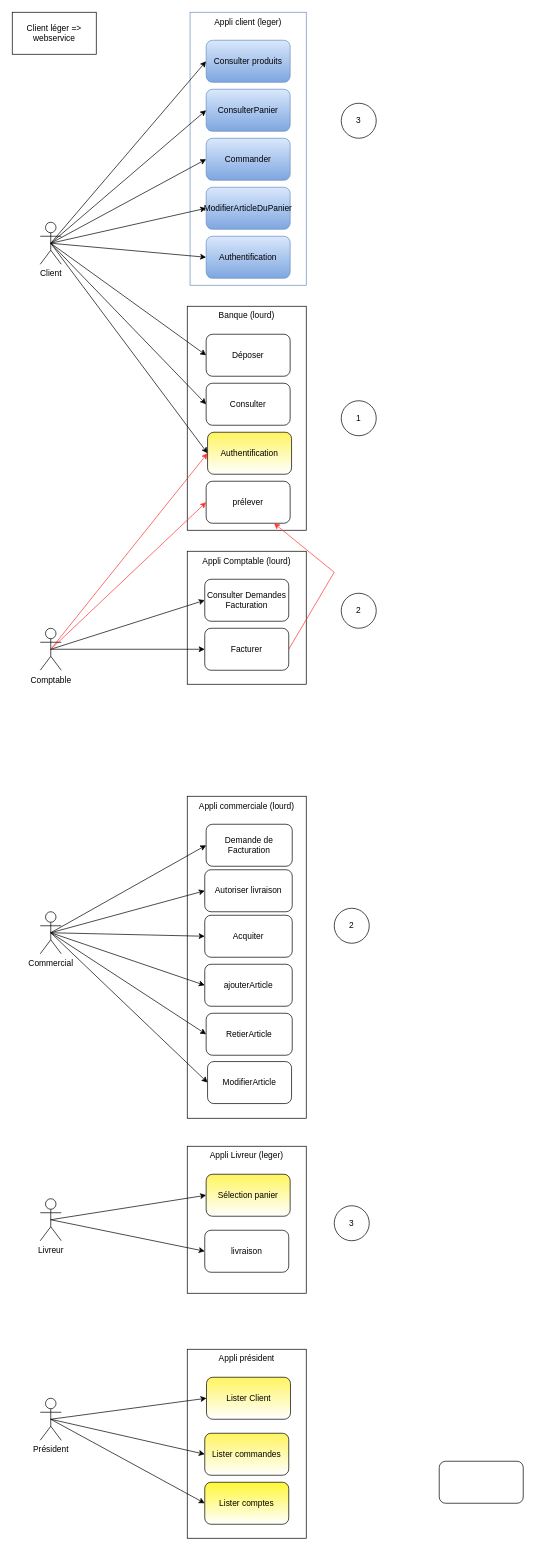
Above: page "Use Case" (2 of 4) of jEE.drawio in BaptisteJrr/ProjetJEE (draw.io), before the change. Source tidied: cells renumbered, new cells numbered last; positions are measured from the earlier drawing's top-left corner, leaving out a move shared by most shapes. Both pictures are drawn from the tidied source at 70%, with x=0, y=0 at pixel (12, 12).
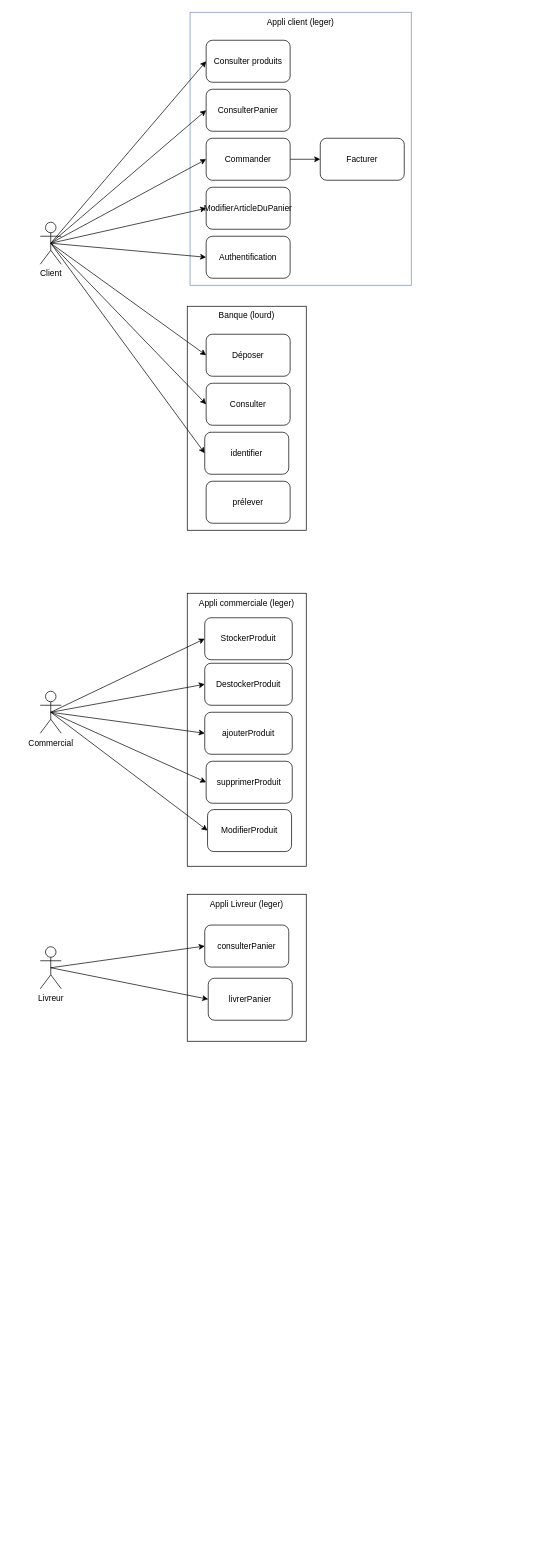
Above is the later version.

Unchanged cells that the change refers to:
```xml
<mxCell id="16" value="Client" style="shape=umlActor;verticalLabelPosition=bottom;verticalAlign=top;html=1;outlineConnect=0;" parent="1" vertex="1">
  <mxGeometry x="40" y="300" width="30" height="60" as="geometry" />
</mxCell>
<mxCell id="34" value="prélever" style="rounded=1;whiteSpace=wrap;html=1;shadow=0;fillColor=default;gradientColor=#ffffff;" parent="1" vertex="1">
  <mxGeometry x="277" y="670" width="120" height="60" as="geometry" />
</mxCell>
```

The edit, as a diff of the source:
```diff
@@
-    <mxCell id="2" value="Appli président" style="rounded=0;whiteSpace=wrap;html=1;shadow=0;gradientColor=#ffffff;verticalAlign=top;fillColor=none;" parent="1" vertex="1">
-      <mxGeometry x="250" y="1910" width="170" height="270" as="geometry" />
-    </mxCell>
-    <mxCell id="3" value="Appli Comptable (lourd)" style="rounded=0;whiteSpace=wrap;html=1;shadow=0;gradientColor=#ffffff;verticalAlign=top;fillColor=none;" parent="1" vertex="1">
-      <mxGeometry x="250" y="770" width="170" height="190" as="geometry" />
-    </mxCell>
-    <mxCell id="4" value="Appli commerciale (lourd)" style="rounded=0;whiteSpace=wrap;html=1;shadow=0;gradientColor=#ffffff;horizontal=1;verticalAlign=top;fillColor=none;" parent="1" vertex="1">
-      <mxGeometry x="250" y="1120" width="170" height="460" as="geometry" />
+    <mxCell id="4" value="Appli commerciale (leger)" style="rounded=0;whiteSpace=wrap;html=1;shadow=0;gradientColor=#ffffff;horizontal=1;verticalAlign=top;fillColor=none;" parent="1" vertex="1">
+      <mxGeometry x="250" y="830" width="170" height="390" as="geometry" />
     </mxCell>
     <mxCell id="5" value="Appli Livreur (leger)" style="rounded=0;whiteSpace=wrap;html=1;shadow=0;gradientColor=#ffffff;verticalAlign=top;fillColor=none;" parent="1" vertex="1">
-      <mxGeometry x="250" y="1620" width="170" height="210" as="geometry" />
+      <mxGeometry x="250" y="1260" width="170" height="210" as="geometry" />
     </mxCell>
@@
     <mxCell id="7" value="Appli client (leger)" style="rounded=0;whiteSpace=wrap;html=1;horizontal=1;verticalAlign=top;shadow=0;gradientColor=#7ea6e0;strokeColor=#6c8ebf;fillColor=none;" parent="1" vertex="1">
-      <mxGeometry x="254" width="166" height="390" as="geometry" />
+      <mxGeometry x="254" width="316" height="390" as="geometry" />
     </mxCell>
@@
-    <mxCell id="15" style="edgeStyle=none;rounded=0;jettySize=auto;html=1;exitX=0.5;exitY=0.5;exitDx=0;exitDy=0;exitPerimeter=0;entryX=0;entryY=0.5;entryDx=0;entryDy=0;strokeColor=#000000;" parent="1" edge="1" source="16" target="57">
+    <mxCell id="15" style="edgeStyle=none;rounded=0;jettySize=auto;html=1;exitX=0.5;exitY=0.5;exitDx=0;exitDy=0;exitPerimeter=0;entryX=0;entryY=0.5;entryDx=0;entryDy=0;strokeColor=#000000;" parent="1" edge="1" source="16" target="68">
       <mxGeometry relative="1" as="geometry" />
     </mxCell>
@@
-    <mxCell id="17" style="edgeStyle=none;rounded=0;jettySize=auto;html=1;exitX=0.5;exitY=0.5;exitDx=0;exitDy=0;exitPerimeter=0;entryX=0;entryY=0.5;entryDx=0;entryDy=0;" parent="1" edge="1" source="19" target="35">
+    <mxCell id="17" style="edgeStyle=none;rounded=0;jettySize=auto;html=1;exitX=0.5;exitY=0.5;exitDx=0;exitDy=0;exitPerimeter=0;entryX=0;entryY=0.5;entryDx=0;entryDy=0;" parent="1" edge="1" source="19" target="67">
       <mxGeometry relative="1" as="geometry" />
     </mxCell>
@@
     <mxCell id="19" value="Livreur&lt;br&gt;" style="shape=umlActor;verticalLabelPosition=bottom;verticalAlign=top;html=1;outlineConnect=0;" parent="1" vertex="1">
-      <mxGeometry x="40" y="1695" width="30" height="60" as="geometry" />
+      <mxGeometry x="40" y="1335" width="30" height="60" as="geometry" />
     </mxCell>
-    <mxCell id="20" style="edgeStyle=none;rounded=0;jettySize=auto;html=1;exitX=0.5;exitY=0.5;exitDx=0;exitDy=0;exitPerimeter=0;entryX=0;entryY=0.5;entryDx=0;entryDy=0;" parent="1" edge="1" source="26" target="37">
-      <mxGeometry relative="1" as="geometry" />
-    </mxCell>
@@
     <mxCell id="26" value="Commercial" style="shape=umlActor;verticalLabelPosition=bottom;verticalAlign=top;html=1;outlineConnect=0;" parent="1" vertex="1">
-      <mxGeometry x="40" y="1285" width="30" height="60" as="geometry" />
+      <mxGeometry x="40" y="970" width="30" height="60" as="geometry" />
     </mxCell>
-    <mxCell id="27" value="Consulter produits" style="rounded=1;whiteSpace=wrap;html=1;fillColor=#dae8fc;gradientColor=#7ea6e0;strokeColor=#6c8ebf;" parent="1" vertex="1">
+    <mxCell id="27" value="Consulter produits" style="rounded=1;whiteSpace=wrap;html=1;fillColor=default;gradientColor=none;strokeColor=default;" parent="1" vertex="1">
       <mxGeometry x="277" y="40" width="120" height="60" as="geometry" />
     </mxCell>
-    <mxCell id="28" value="ConsulterPanier" style="rounded=1;whiteSpace=wrap;html=1;fillColor=#dae8fc;gradientColor=#7ea6e0;strokeColor=#6c8ebf;" parent="1" vertex="1">
+    <mxCell id="28" value="ConsulterPanier" style="rounded=1;whiteSpace=wrap;html=1;fillColor=default;gradientColor=none;strokeColor=default;" parent="1" vertex="1">
       <mxGeometry x="277" y="110" width="120" height="60" as="geometry" />
     </mxCell>
+    <mxCell id="66" style="edgeStyle=orthogonalEdgeStyle;rounded=0;jettySize=auto;html=1;exitX=1;exitY=0.5;exitDx=0;exitDy=0;entryX=0;entryY=0.5;entryDx=0;entryDy=0;" parent="1" edge="1" source="29" target="50">
+      <mxGeometry relative="1" as="geometry" />
+    </mxCell>
-    <mxCell id="29" value="Commander" style="rounded=1;whiteSpace=wrap;html=1;shadow=0;fillColor=#dae8fc;gradientColor=#7ea6e0;strokeColor=#6c8ebf;" parent="1" vertex="1">
+    <mxCell id="29" value="Commander" style="rounded=1;whiteSpace=wrap;html=1;shadow=0;fillColor=default;gradientColor=none;strokeColor=default;" parent="1" vertex="1">
       <mxGeometry x="277" y="180" width="120" height="60" as="geometry" />
     </mxCell>
-    <mxCell id="30" value="ModifierArticleDuPanier" style="rounded=1;whiteSpace=wrap;html=1;shadow=0;fillColor=#dae8fc;gradientColor=#7ea6e0;strokeColor=#6c8ebf;" parent="1" vertex="1">
+    <mxCell id="30" value="ModifierArticleDuPanier" style="rounded=1;whiteSpace=wrap;html=1;shadow=0;fillColor=default;gradientColor=none;strokeColor=default;" parent="1" vertex="1">
       <mxGeometry x="277" y="250" width="120" height="60" as="geometry" />
     </mxCell>
-    <mxCell id="31" value="Authentification" style="rounded=1;whiteSpace=wrap;html=1;shadow=0;fillColor=#dae8fc;strokeColor=#6c8ebf;gradientColor=#7ea6e0;" parent="1" vertex="1">
+    <mxCell id="31" value="Authentification" style="rounded=1;whiteSpace=wrap;html=1;shadow=0;fillColor=default;strokeColor=default;gradientColor=none;" parent="1" vertex="1">
       <mxGeometry x="277" y="320" width="120" height="60" as="geometry" />
     </mxCell>
@@
-    <mxCell id="35" value="Sélection panier" style="rounded=1;whiteSpace=wrap;html=1;shadow=0;fillColor=#FFF45E;gradientColor=#ffffff;" parent="1" vertex="1">
-      <mxGeometry x="277" y="1660" width="120" height="60" as="geometry" />
-    </mxCell>
-    <mxCell id="36" value="livraison" style="rounded=1;whiteSpace=wrap;html=1;shadow=0;fillColor=default;gradientColor=#ffffff;" parent="1" vertex="1">
-      <mxGeometry x="275" y="1740" width="120" height="60" as="geometry" />
+    <mxCell id="36" value="livrerPanier" style="rounded=1;whiteSpace=wrap;html=1;shadow=0;fillColor=default;gradientColor=#ffffff;" parent="1" vertex="1">
+      <mxGeometry x="280" y="1380" width="120" height="60" as="geometry" />
     </mxCell>
-    <mxCell id="37" value="Demande de Facturation" style="rounded=1;whiteSpace=wrap;html=1;shadow=0;fillColor=default;gradientColor=#ffffff;" parent="1" vertex="1">
-      <mxGeometry x="277" y="1160" width="123" height="60" as="geometry" />
-    </mxCell>
-    <mxCell id="38" value="Autoriser livraison" style="rounded=1;whiteSpace=wrap;html=1;shadow=0;fillColor=default;gradientColor=#ffffff;" parent="1" vertex="1">
-      <mxGeometry x="275" y="1225" width="125" height="60" as="geometry" />
+    <mxCell id="38" value="StockerProduit" style="rounded=1;whiteSpace=wrap;html=1;shadow=0;fillColor=default;gradientColor=#ffffff;" parent="1" vertex="1">
+      <mxGeometry x="275" y="865" width="125" height="60" as="geometry" />
     </mxCell>
-    <mxCell id="39" value="Acquiter" style="rounded=1;whiteSpace=wrap;html=1;shadow=0;fillColor=default;gradientColor=#ffffff;" parent="1" vertex="1">
-      <mxGeometry x="275" y="1290" width="125" height="60" as="geometry" />
+    <mxCell id="39" value="DestockerProduit" style="rounded=1;whiteSpace=wrap;html=1;shadow=0;fillColor=default;gradientColor=#ffffff;" parent="1" vertex="1">
+      <mxGeometry x="275" y="930" width="125" height="60" as="geometry" />
     </mxCell>
-    <mxCell id="40" value="ajouterArticle" style="rounded=1;whiteSpace=wrap;html=1;shadow=0;fillColor=default;gradientColor=#ffffff;" parent="1" vertex="1">
-      <mxGeometry x="275" y="1360" width="125" height="60" as="geometry" />
+    <mxCell id="40" value="ajouterProduit" style="rounded=1;whiteSpace=wrap;html=1;shadow=0;fillColor=default;gradientColor=#ffffff;" parent="1" vertex="1">
+      <mxGeometry x="275" y="1000" width="125" height="60" as="geometry" />
     </mxCell>
-    <mxCell id="41" value="RetierArticle" style="rounded=1;whiteSpace=wrap;html=1;shadow=0;fillColor=default;gradientColor=#ffffff;" parent="1" vertex="1">
-      <mxGeometry x="277" y="1430" width="123" height="60" as="geometry" />
+    <mxCell id="41" value="supprimerProduit" style="rounded=1;whiteSpace=wrap;html=1;shadow=0;fillColor=default;gradientColor=#ffffff;" parent="1" vertex="1">
+      <mxGeometry x="277" y="1070" width="123" height="60" as="geometry" />
     </mxCell>
-    <mxCell id="42" value="ModifierArticle" style="rounded=1;whiteSpace=wrap;html=1;shadow=0;fillColor=default;gradientColor=#ffffff;" parent="1" vertex="1">
-      <mxGeometry x="279" y="1499" width="120" height="60" as="geometry" />
+    <mxCell id="42" value="ModifierProduit" style="rounded=1;whiteSpace=wrap;html=1;shadow=0;fillColor=default;gradientColor=#ffffff;" parent="1" vertex="1">
+      <mxGeometry x="279" y="1139" width="120" height="60" as="geometry" />
     </mxCell>
-    <mxCell id="43" style="edgeStyle=none;rounded=0;jettySize=auto;html=1;exitX=0.5;exitY=0.5;exitDx=0;exitDy=0;exitPerimeter=0;entryX=0;entryY=0.5;entryDx=0;entryDy=0;" parent="1" edge="1" source="47" target="50">
-      <mxGeometry relative="1" as="geometry" />
-    </mxCell>
-    <mxCell id="44" style="edgeStyle=none;rounded=0;jettySize=auto;html=1;exitX=0.5;exitY=0.5;exitDx=0;exitDy=0;exitPerimeter=0;entryX=0;entryY=0.5;entryDx=0;entryDy=0;" parent="1" edge="1" source="47" target="48">
-      <mxGeometry relative="1" as="geometry" />
-    </mxCell>
-    <mxCell id="45" style="edgeStyle=none;rounded=0;jettySize=auto;html=1;exitX=0.5;exitY=0.5;exitDx=0;exitDy=0;exitPerimeter=0;entryX=0;entryY=0.5;entryDx=0;entryDy=0;strokeColor=#FF3333;" parent="1" edge="1" source="47" target="34">
-      <mxGeometry relative="1" as="geometry" />
-    </mxCell>
-    <mxCell id="46" style="edgeStyle=none;rounded=0;jettySize=auto;html=1;exitX=0.5;exitY=0.5;exitDx=0;exitDy=0;exitPerimeter=0;entryX=0;entryY=0.5;entryDx=0;entryDy=0;strokeColor=#FF3333;" parent="1" edge="1" source="47" target="57">
-      <mxGeometry relative="1" as="geometry" />
-    </mxCell>
-    <mxCell id="47" value="Comptable" style="shape=umlActor;verticalLabelPosition=bottom;verticalAlign=top;html=1;outlineConnect=0;shadow=0;fillColor=default;gradientColor=#ffffff;" parent="1" vertex="1">
-      <mxGeometry x="40" y="880" width="30" height="60" as="geometry" />
-    </mxCell>
-    <mxCell id="48" value="Consulter Demandes Facturation&lt;br&gt;" style="rounded=1;whiteSpace=wrap;html=1;shadow=0;fillColor=default;gradientColor=#ffffff;" parent="1" vertex="1">
-      <mxGeometry x="275" y="810" width="120" height="60" as="geometry" />
-    </mxCell>
-    <mxCell id="49" style="edgeStyle=none;rounded=0;jettySize=auto;html=1;exitX=1;exitY=0.5;exitDx=0;exitDy=0;strokeColor=#FF3333;" parent="1" edge="1" source="50" target="34">
-      <mxGeometry relative="1" as="geometry">
-        <Array as="points">
-          <mxPoint x="460" y="800" />
-        </Array>
-      </mxGeometry>
-    </mxCell>
     <mxCell id="50" value="Facturer" style="rounded=1;whiteSpace=wrap;html=1;shadow=0;fillColor=default;gradientColor=#ffffff;" parent="1" vertex="1">
-      <mxGeometry x="275" y="880" width="120" height="60" as="geometry" />
+      <mxGeometry x="440" y="180" width="120" height="60" as="geometry" />
     </mxCell>
-    <mxCell id="51" style="edgeStyle=none;rounded=0;jettySize=auto;html=1;exitX=0.5;exitY=0.5;exitDx=0;exitDy=0;exitPerimeter=0;entryX=0;entryY=0.5;entryDx=0;entryDy=0;strokeColor=#000000;" parent="1" edge="1" source="54" target="55">
-      <mxGeometry relative="1" as="geometry" />
-    </mxCell>
-    <mxCell id="52" style="edgeStyle=none;rounded=0;jettySize=auto;html=1;exitX=0.5;exitY=0.5;exitDx=0;exitDy=0;exitPerimeter=0;entryX=0;entryY=0.5;entryDx=0;entryDy=0;strokeColor=#000000;" parent="1" edge="1" source="54" target="56">
-      <mxGeometry relative="1" as="geometry" />
-    </mxCell>
-    <mxCell id="53" style="edgeStyle=none;rounded=0;jettySize=auto;html=1;exitX=0.5;exitY=0.5;exitDx=0;exitDy=0;exitPerimeter=0;entryX=0;entryY=0.5;entryDx=0;entryDy=0;strokeColor=#000000;" parent="1" edge="1" source="54" target="58">
-      <mxGeometry relative="1" as="geometry" />
-    </mxCell>
-    <mxCell id="54" value="Président" style="shape=umlActor;verticalLabelPosition=bottom;verticalAlign=top;html=1;outlineConnect=0;shadow=0;fillColor=default;gradientColor=#ffffff;" parent="1" vertex="1">
-      <mxGeometry x="40" y="1980" width="30" height="60" as="geometry" />
-    </mxCell>
-    <mxCell id="55" value="Lister Client" style="rounded=1;whiteSpace=wrap;html=1;shadow=0;fillColor=#FFF45E;gradientColor=#ffffff;" parent="1" vertex="1">
-      <mxGeometry x="277.5" y="1950" width="120" height="60" as="geometry" />
-    </mxCell>
-    <mxCell id="56" value="Lister commandes" style="rounded=1;whiteSpace=wrap;html=1;shadow=0;fillColor=#FFF45E;gradientColor=#ffffff;" parent="1" vertex="1">
-      <mxGeometry x="275" y="2030" width="120" height="60" as="geometry" />
-    </mxCell>
-    <mxCell id="57" value="Authentification" style="rounded=1;whiteSpace=wrap;html=1;shadow=0;fillColor=#FFF45E;gradientColor=#ffffff;" parent="1" vertex="1">
-      <mxGeometry x="279" y="600" width="120" height="60" as="geometry" />
-    </mxCell>
-    <mxCell id="58" value="Lister comptes" style="rounded=1;whiteSpace=wrap;html=1;shadow=0;fillColor=#FFF836;gradientColor=#ffffff;" parent="1" vertex="1">
-      <mxGeometry x="275" y="2100" width="120" height="60" as="geometry" />
-    </mxCell>
-    <mxCell id="59" value="1" style="ellipse;whiteSpace=wrap;html=1;shadow=0;fillColor=default;gradientColor=#ffffff;" parent="1" vertex="1">
-      <mxGeometry x="470" y="555" width="50" height="50" as="geometry" />
-    </mxCell>
-    <mxCell id="60" value="2" style="ellipse;whiteSpace=wrap;html=1;shadow=0;fillColor=default;gradientColor=#ffffff;" parent="1" vertex="1">
-      <mxGeometry x="470" y="830" width="50" height="50" as="geometry" />
-    </mxCell>
-    <mxCell id="61" value="2" style="ellipse;whiteSpace=wrap;html=1;shadow=0;fillColor=default;gradientColor=#ffffff;" parent="1" vertex="1">
-      <mxGeometry x="460" y="1280" width="50" height="50" as="geometry" />
-    </mxCell>
-    <mxCell id="62" value="3" style="ellipse;whiteSpace=wrap;html=1;shadow=0;fillColor=default;gradientColor=#ffffff;" parent="1" vertex="1">
-      <mxGeometry x="460" y="1705" width="50" height="50" as="geometry" />
-    </mxCell>
-    <mxCell id="63" value="3" style="ellipse;whiteSpace=wrap;html=1;shadow=0;fillColor=default;gradientColor=#ffffff;" parent="1" vertex="1">
-      <mxGeometry x="470" y="130" width="50" height="50" as="geometry" />
-    </mxCell>
-    <mxCell id="64" style="rounded=1;whiteSpace=wrap;html=1;" parent="1" vertex="1">
-      <mxGeometry x="610" y="2070" width="120" height="60" as="geometry" />
-    </mxCell>
-    <mxCell id="65" value="Client léger =&amp;gt; webservice" style="rounded=0;whiteSpace=wrap;html=1;" parent="1" vertex="1">
-      <mxGeometry width="120" height="60" as="geometry" />
-    </mxCell>
+    <mxCell id="67" value="consulterPanier" style="rounded=1;whiteSpace=wrap;html=1;shadow=0;fillColor=default;gradientColor=#ffffff;" parent="1" vertex="1">
+      <mxGeometry x="275" y="1304" width="120" height="60" as="geometry" />
+    </mxCell>
+    <mxCell id="68" value="identifier" style="rounded=1;whiteSpace=wrap;html=1;shadow=0;fillColor=default;gradientColor=#ffffff;" parent="1" vertex="1">
+      <mxGeometry x="275" y="600" width="120" height="60" as="geometry" />
+    </mxCell>
```
